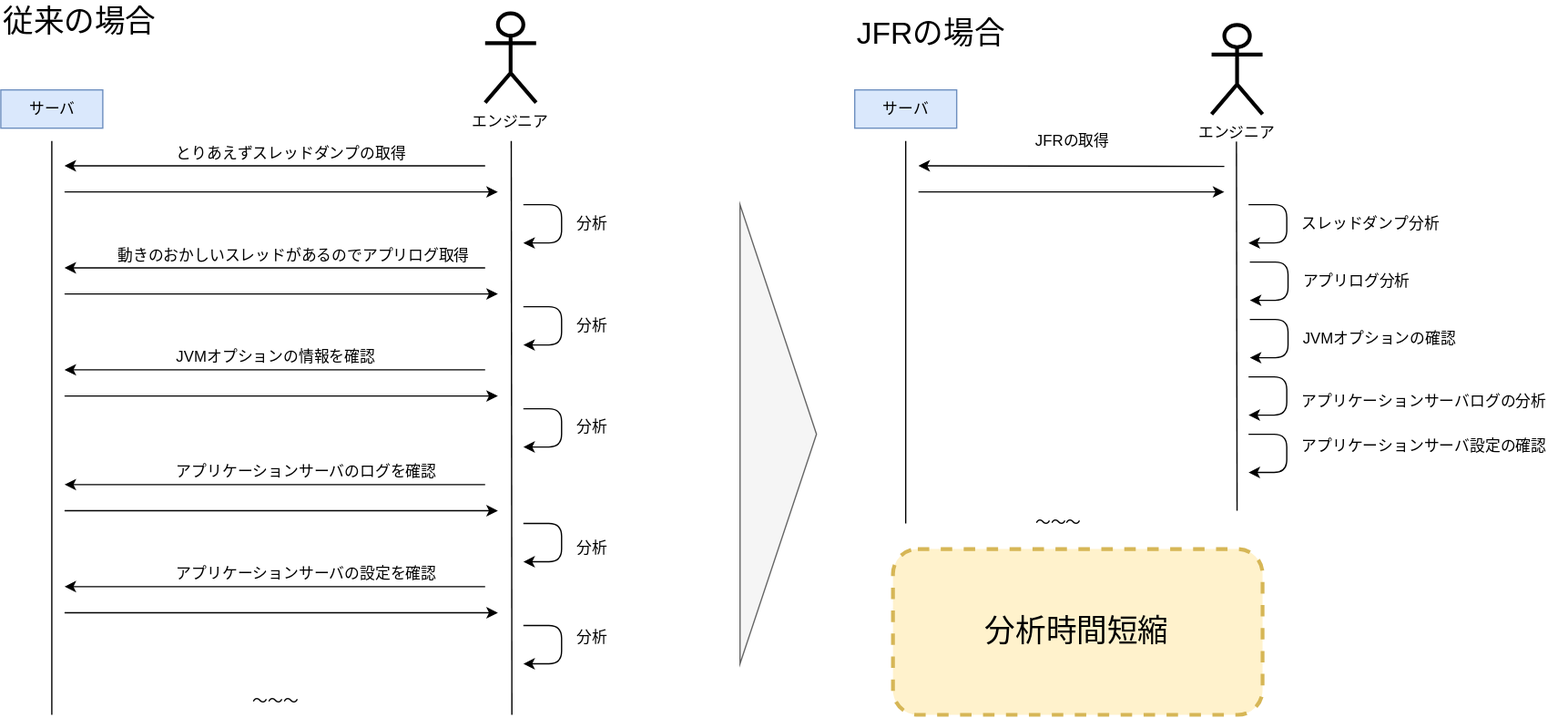
Earlier version of the draw.io export docs/images/001-analysis_flow.svg (koduki/book_introduction-of-jfr). Source tidied: cells renumbered, new cells last; positions are measured from the earlier drawing's top-left corner, leaving out a move shared by most shapes.
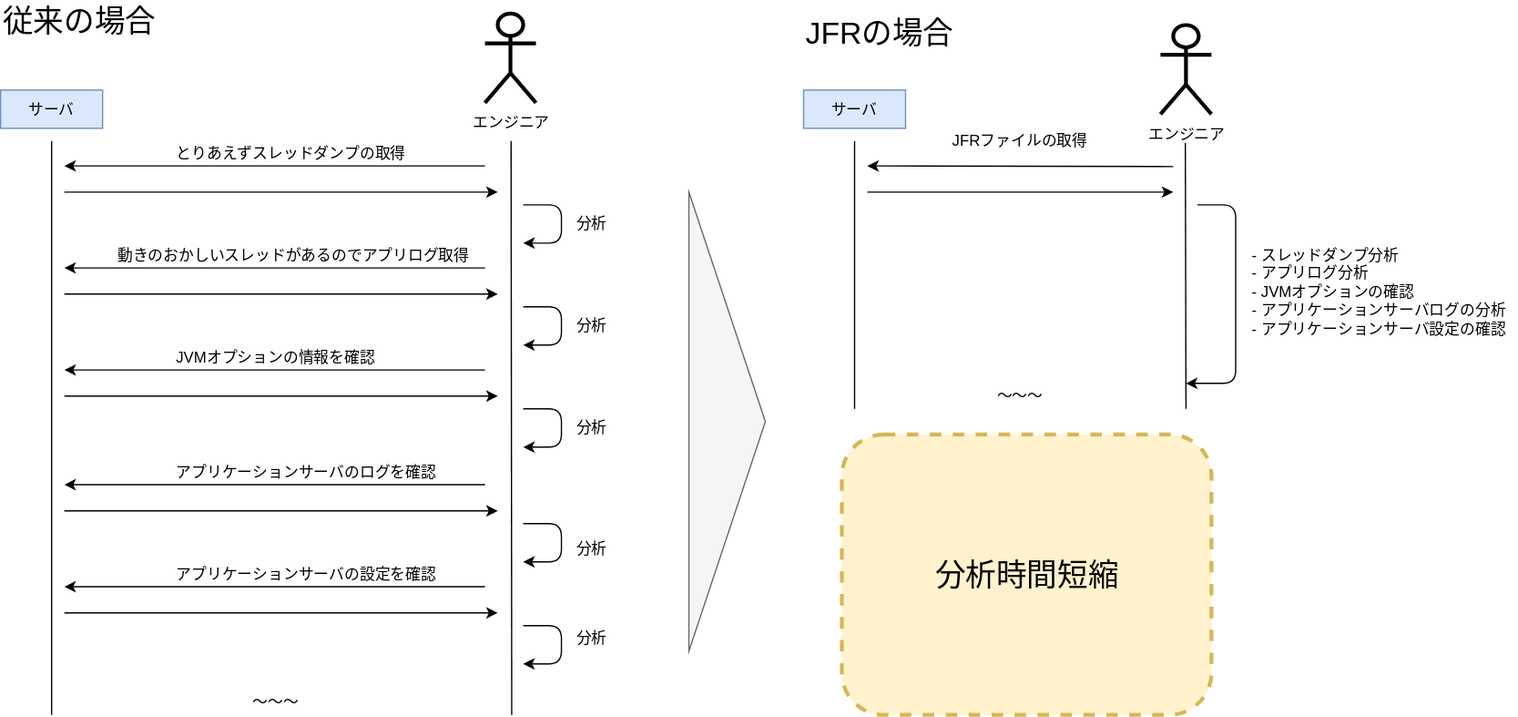
The same diagram one commit later.

Change to the diagram source:
```diff
@@ -161,120 +161,68 @@
       <mxGeometry x="195.5" y="540" width="50" height="20" as="geometry" />
     </mxCell>
     <mxCell id="31" value="&lt;font style=&quot;font-size: 24px&quot;&gt;JFRの場合&lt;/font&gt;" style="text;html=1;align=left;verticalAlign=top;spacingTop=-4;" parent="1" vertex="1">
-      <mxGeometry x="670" y="9" width="130" height="20" as="geometry" />
+      <mxGeometry x="630" y="9" width="130" height="20" as="geometry" />
     </mxCell>
     <mxCell id="32" style="endArrow=none;html=1;" parent="1" edge="1">
       <mxGeometry relative="1" as="geometry">
-        <mxPoint x="710" y="410" as="sourcePoint" />
-        <mxPoint x="710" y="110" as="targetPoint" />
+        <mxPoint x="670" y="320" as="sourcePoint" />
+        <mxPoint x="670" y="110" as="targetPoint" />
       </mxGeometry>
     </mxCell>
     <mxCell id="33" style="endArrow=none;html=1;" parent="1" edge="1">
       <mxGeometry relative="1" as="geometry">
-        <mxPoint x="970" y="400" as="sourcePoint" />
-        <mxPoint x="969.5" y="110" as="targetPoint" />
+        <mxPoint x="930" y="320" as="sourcePoint" />
+        <mxPoint x="929.5" y="110" as="targetPoint" />
       </mxGeometry>
     </mxCell>
-    <mxCell id="34" value="JFRの取得" style="text;html=1;align=left;verticalAlign=top;spacingTop=-4;" parent="1" vertex="1">
-      <mxGeometry x="810" y="100" width="70" height="20" as="geometry" />
+    <mxCell id="34" value="JFRファイルの取得" style="text;html=1;align=left;verticalAlign=top;spacingTop=-4;" parent="1" vertex="1">
+      <mxGeometry x="745" y="100" width="120" height="20" as="geometry" />
     </mxCell>
     <mxCell id="35" style="endArrow=classic;html=1;" parent="1" edge="1">
       <mxGeometry relative="1" as="geometry">
-        <mxPoint x="960" y="130" as="sourcePoint" />
-        <mxPoint x="720" y="129.5" as="targetPoint" />
+        <mxPoint x="920" y="130" as="sourcePoint" />
+        <mxPoint x="680" y="129.5" as="targetPoint" />
       </mxGeometry>
     </mxCell>
     <mxCell id="36" style="endArrow=classic;html=1;" parent="1" edge="1">
       <mxGeometry relative="1" as="geometry">
-        <mxPoint x="979" y="160" as="sourcePoint" />
-        <mxPoint x="979" y="190" as="targetPoint" />
+        <mxPoint x="939" y="160" as="sourcePoint" />
+        <mxPoint x="930" y="300" as="targetPoint" />
         <Array as="points">
-          <mxPoint x="1009" y="160" />
-          <mxPoint x="1009" y="190" />
+          <mxPoint x="969" y="160" />
+          <mxPoint x="969" y="300" />
         </Array>
       </mxGeometry>
     </mxCell>
-    <mxCell id="37" value="スレッドダンプ分析" style="text;html=1;align=left;verticalAlign=top;spacingTop=-4;" parent="1" vertex="1">
-      <mxGeometry x="1019" y="165" width="120" height="20" as="geometry" />
+    <mxCell id="37" value="- スレッドダンプ分析&lt;br&gt;- アプリログ分析&lt;br&gt;- JVMオプションの確認&lt;br&gt;- アプリケーションサーバログの分析&lt;br&gt;- アプリケーションサーバ設定の確認" style="text;html=1;align=left;verticalAlign=top;spacingTop=-4;" parent="1" vertex="1">
+      <mxGeometry x="980" y="190" width="210" height="70" as="geometry" />
     </mxCell>
     <mxCell id="38" style="endArrow=classic;html=1;" parent="1" edge="1">
       <mxGeometry relative="1" as="geometry">
-        <mxPoint x="720" y="150" as="sourcePoint" />
-        <mxPoint x="960" y="150" as="targetPoint" />
+        <mxPoint x="680" y="150" as="sourcePoint" />
+        <mxPoint x="920" y="150" as="targetPoint" />
       </mxGeometry>
     </mxCell>
-    <mxCell id="39" style="endArrow=classic;html=1;" parent="1" edge="1">
-      <mxGeometry relative="1" as="geometry">
-        <mxPoint x="980" y="205" as="sourcePoint" />
-        <mxPoint x="980" y="235" as="targetPoint" />
-        <Array as="points">
-          <mxPoint x="1010" y="205" />
-          <mxPoint x="1010" y="235" />
-        </Array>
-      </mxGeometry>
-    </mxCell>
-    <mxCell id="40" value="アプリログ分析" style="text;html=1;align=left;verticalAlign=top;spacingTop=-4;" parent="1" vertex="1">
-      <mxGeometry x="1020" y="210" width="100" height="20" as="geometry" />
-    </mxCell>
-    <mxCell id="41" style="endArrow=classic;html=1;" parent="1" edge="1">
-      <mxGeometry relative="1" as="geometry">
-        <mxPoint x="980" y="250" as="sourcePoint" />
-        <mxPoint x="980" y="280" as="targetPoint" />
-        <Array as="points">
-          <mxPoint x="1010" y="250" />
-          <mxPoint x="1010" y="280" />
-        </Array>
-      </mxGeometry>
-    </mxCell>
-    <mxCell id="42" value="JVMオプションの確認" style="text;html=1;align=left;verticalAlign=top;spacingTop=-4;" parent="1" vertex="1">
-      <mxGeometry x="1020" y="255" width="140" height="20" as="geometry" />
-    </mxCell>
-    <mxCell id="43" style="endArrow=classic;html=1;" parent="1" edge="1">
-      <mxGeometry relative="1" as="geometry">
-        <mxPoint x="979" y="295" as="sourcePoint" />
-        <mxPoint x="979" y="325" as="targetPoint" />
-        <Array as="points">
-          <mxPoint x="1009" y="295" />
-          <mxPoint x="1009" y="325" />
-        </Array>
-      </mxGeometry>
-    </mxCell>
-    <mxCell id="44" style="endArrow=classic;html=1;" parent="1" edge="1">
-      <mxGeometry relative="1" as="geometry">
-        <mxPoint x="979" y="340" as="sourcePoint" />
-        <mxPoint x="979" y="370" as="targetPoint" />
-        <Array as="points">
-          <mxPoint x="1009" y="340" />
-          <mxPoint x="1009" y="370" />
-        </Array>
-      </mxGeometry>
-    </mxCell>
-    <mxCell id="45" value="アプリケーションサーバログの分析" style="text;html=1;align=left;verticalAlign=top;spacingTop=-4;" parent="1" vertex="1">
-      <mxGeometry x="1019" y="305" width="210" height="20" as="geometry" />
-    </mxCell>
-    <mxCell id="46" value="アプリケーションサーバ設定の確認" style="text;html=1;align=left;verticalAlign=top;spacingTop=-4;" parent="1" vertex="1">
-      <mxGeometry x="1019" y="340" width="210" height="20" as="geometry" />
-    </mxCell>
     <mxCell id="47" value="〜〜〜" style="text;html=1;align=left;verticalAlign=top;spacingTop=-4;" parent="1" vertex="1">
-      <mxGeometry x="810" y="400" width="50" height="20" as="geometry" />
+      <mxGeometry x="780" y="300" width="50" height="20" as="geometry" />
     </mxCell>
     <mxCell id="48" style="triangle;whiteSpace=wrap;html=1;fillColor=#f5f5f5;strokeColor=#666666;fontColor=#333333;" parent="1" vertex="1">
-      <mxGeometry x="580" y="160" width="60" height="360" as="geometry" />
+      <mxGeometry x="540" y="150" width="60" height="360" as="geometry" />
     </mxCell>
     <mxCell id="49" value="&lt;font style=&quot;font-size: 24px&quot;&gt;分析時間短縮&lt;/font&gt;" style="rounded=1;whiteSpace=wrap;html=1;fillColor=#fff2cc;strokeColor=#d6b656;dashed=1;strokeWidth=3;" parent="1" vertex="1">
-      <mxGeometry x="700" y="430" width="290" height="130" as="geometry" />
+      <mxGeometry x="660" y="340" width="290" height="220" as="geometry" />
     </mxCell>
     <mxCell id="50" value="エンジニア" style="shape=umlActor;verticalLabelPosition=bottom;labelBackgroundColor=#ffffff;verticalAlign=top;html=1;strokeWidth=3;" parent="1" vertex="1">
       <mxGeometry x="380" y="10" width="40" height="70" as="geometry" />
     </mxCell>
     <mxCell id="51" value="エンジニア" style="shape=umlActor;verticalLabelPosition=bottom;labelBackgroundColor=#ffffff;verticalAlign=top;html=1;strokeWidth=3;" parent="1" vertex="1">
-      <mxGeometry x="950" y="19" width="40" height="70" as="geometry" />
+      <mxGeometry x="910" y="19" width="40" height="70" as="geometry" />
     </mxCell>
     <mxCell id="52" value="サーバ" style="rounded=0;whiteSpace=wrap;html=1;strokeWidth=1;fillColor=#dae8fc;strokeColor=#6c8ebf;" parent="1" vertex="1">
       <mxGeometry y="70" width="80" height="30" as="geometry" />
     </mxCell>
     <mxCell id="53" value="サーバ" style="rounded=0;whiteSpace=wrap;html=1;strokeWidth=1;fillColor=#dae8fc;strokeColor=#6c8ebf;" parent="1" vertex="1">
-      <mxGeometry x="670" y="70" width="80" height="30" as="geometry" />
+      <mxGeometry x="630" y="70" width="80" height="30" as="geometry" />
     </mxCell>
   </root>
 </mxGraphModel>
```
